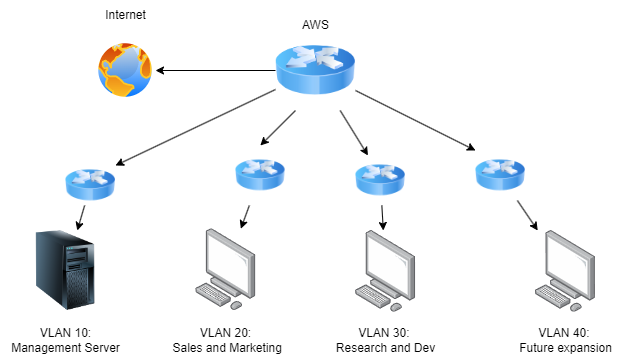
Before: topologies-images/lan.drawio.png, a diagram exported from draw.io (BlueByteSolutions/BlueByte). Source tidied: cells renumbered, new cells last; positions are measured from the earlier drawing's top-left corner, leaving out a move shared by most shapes.
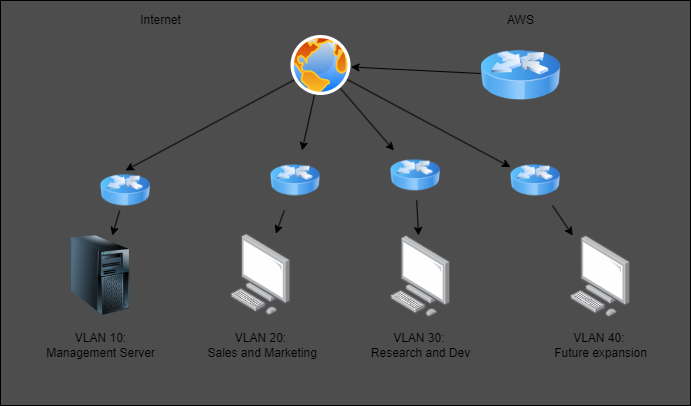
Later version of the same file.

Commit message:
switched the intenet and aws position

What changed in the source:
```diff
@@ -2,26 +2,29 @@
   <root>
     <mxCell id="0" />
     <mxCell id="1" parent="0" />
+    <mxCell id="27" style="rounded=0;whiteSpace=wrap;html=1;fillColor=#4D4D4D;" parent="1" vertex="1">
+      <mxGeometry x="-35" y="-5" width="690" height="405" as="geometry" />
+    </mxCell>
+    <mxCell id="28" style="edgeStyle=none;html=1;entryX=0.5;entryY=0;entryDx=0;entryDy=0;" parent="1" edge="1" source="2" target="10">
+      <mxGeometry relative="1" as="geometry" />
+    </mxCell>
+    <mxCell id="29" style="edgeStyle=none;html=1;" parent="1" edge="1" source="2" target="25">
+      <mxGeometry relative="1" as="geometry" />
+    </mxCell>
+    <mxCell id="30" style="edgeStyle=none;html=1;" parent="1" edge="1" source="2" target="23">
+      <mxGeometry relative="1" as="geometry" />
+    </mxCell>
+    <mxCell id="31" style="edgeStyle=none;html=1;" parent="1" edge="1" source="2" target="21">
+      <mxGeometry relative="1" as="geometry" />
+    </mxCell>
-    <mxCell id="2" style="perimeter=ellipsePerimeter;html=1;align=center;shadow=0;dashed=0;spacingTop=3;image;image=img/lib/active_directory/internet_globe.svg;" parent="1" vertex="1">
-      <mxGeometry x="95" y="40" width="60" height="60" as="geometry" />
+    <mxCell id="2" style="perimeter=ellipsePerimeter;html=1;align=center;shadow=0;dashed=0;spacingTop=3;image;image=img/lib/active_directory/internet_globe.svg;fillColor=#66B2FF;" parent="1" vertex="1">
+      <mxGeometry x="255.5" y="30" width="60" height="60" as="geometry" />
     </mxCell>
     <mxCell id="3" style="edgeStyle=none;html=1;" parent="1" edge="1" source="8" target="2">
       <mxGeometry relative="1" as="geometry" />
     </mxCell>
-    <mxCell id="4" style="edgeStyle=none;html=1;entryX=1;entryY=0;entryDx=0;entryDy=0;" parent="1" edge="1" source="8" target="10">
-      <mxGeometry relative="1" as="geometry" />
-    </mxCell>
-    <mxCell id="5" style="edgeStyle=none;html=1;entryX=0.5;entryY=0;entryDx=0;entryDy=0;exitX=0.25;exitY=1;exitDx=0;exitDy=0;" parent="1" edge="1" source="8" target="25">
-      <mxGeometry relative="1" as="geometry" />
-    </mxCell>
-    <mxCell id="6" style="edgeStyle=none;html=1;entryX=0.25;entryY=0;entryDx=0;entryDy=0;" parent="1" edge="1" source="8" target="23">
-      <mxGeometry relative="1" as="geometry" />
-    </mxCell>
-    <mxCell id="7" style="edgeStyle=none;html=1;entryX=0;entryY=0;entryDx=0;entryDy=0;" parent="1" edge="1" source="8" target="21">
-      <mxGeometry relative="1" as="geometry" />
-    </mxCell>
     <mxCell id="8" style="image;html=1;image=img/lib/clip_art/networking/Router_Icon_128x128.png;" parent="1" vertex="1">
-      <mxGeometry x="275" y="30" width="80" height="80" as="geometry" />
+      <mxGeometry x="445.2" y="30" width="80" height="80" as="geometry" />
     </mxCell>
     <mxCell id="9" style="edgeStyle=none;html=1;" parent="1" edge="1" source="10" target="14">
       <mxGeometry relative="1" as="geometry" />
@@ -66,7 +69,7 @@
       <mxGeometry relative="1" as="geometry" />
     </mxCell>
     <mxCell id="23" style="image;html=1;image=img/lib/clip_art/networking/Router_Icon_128x128.png;" parent="1" vertex="1">
-      <mxGeometry x="355" y="155" width="49.8" height="50" as="geometry" />
+      <mxGeometry x="355" y="145" width="49.8" height="50" as="geometry" />
     </mxCell>
     <mxCell id="24" style="edgeStyle=none;html=1;" parent="1" edge="1" source="25" target="12">
       <mxGeometry relative="1" as="geometry" />
@@ -75,7 +78,7 @@
       <mxGeometry x="235" y="145" width="49.6" height="60" as="geometry" />
     </mxCell>
     <mxCell id="26" value="AWS" style="text;html=1;align=center;verticalAlign=middle;strokeColor=none;fillColor=none;" parent="1" vertex="1">
-      <mxGeometry x="290" y="10" width="50" height="30" as="geometry" />
+      <mxGeometry x="460.2" width="50" height="30" as="geometry" />
     </mxCell>
   </root>
 </mxGraphModel>
```
